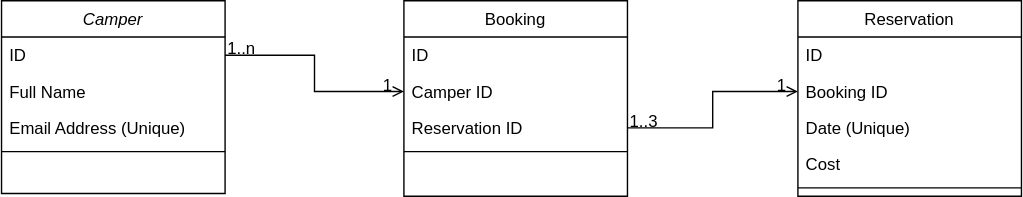
Earlier version of the draw.io export design/ClassDiagram.drawio.svg (mvaal/upgrade-takehome). Source tidied: cells renumbered, new cells last; positions are measured from the earlier drawing's top-left corner, leaving out a move shared by most shapes.
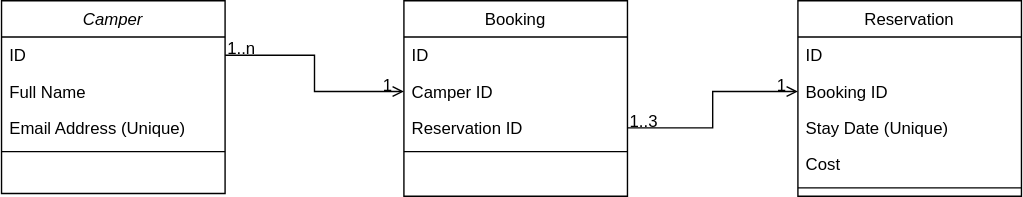
Above is the later version.

What changed in the source:
```diff
@@ -56,7 +56,7 @@
     <mxCell id="17" value="Booking ID" style="text;align=left;verticalAlign=top;spacingLeft=4;spacingRight=4;overflow=hidden;points=[[0,0.5],[1,0.5]];portConstraint=eastwest;rounded=0;shadow=0;html=0;" parent="15" vertex="1">
       <mxGeometry y="52" width="160" height="26" as="geometry" />
     </mxCell>
-    <mxCell id="18" value="Date (Unique)" style="text;align=left;verticalAlign=top;spacingLeft=4;spacingRight=4;overflow=hidden;rounded=0;shadow=0;html=0;" parent="15" vertex="1">
+    <mxCell id="18" value="Stay Date (Unique)" style="text;align=left;verticalAlign=top;spacingLeft=4;spacingRight=4;overflow=hidden;rounded=0;shadow=0;html=0;" parent="15" vertex="1">
       <mxGeometry y="78" width="160" height="26" as="geometry" />
     </mxCell>
     <mxCell id="19" value="Cost" style="text;align=left;verticalAlign=top;spacingLeft=4;spacingRight=4;overflow=hidden;rounded=0;shadow=0;html=0;" parent="15" vertex="1">
```
